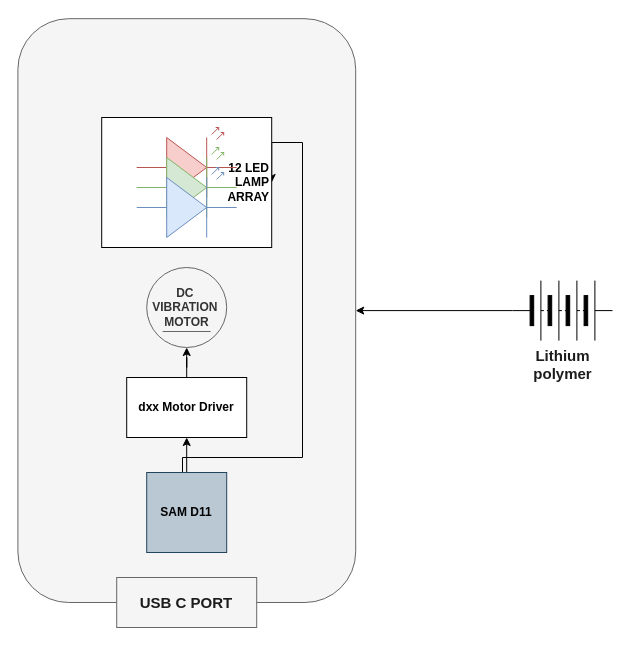
The draw.io diagram system_diagram_microneedle.drawio in jatanjay/microderm, before the edit. Source tidied: cells renumbered, new cells numbered last; positions are measured from the earlier drawing's top-left corner, leaving out a move shared by most shapes. Both pictures are drawn from the tidied source at 100%, with x=0, y=0 at pixel (-106, 117).
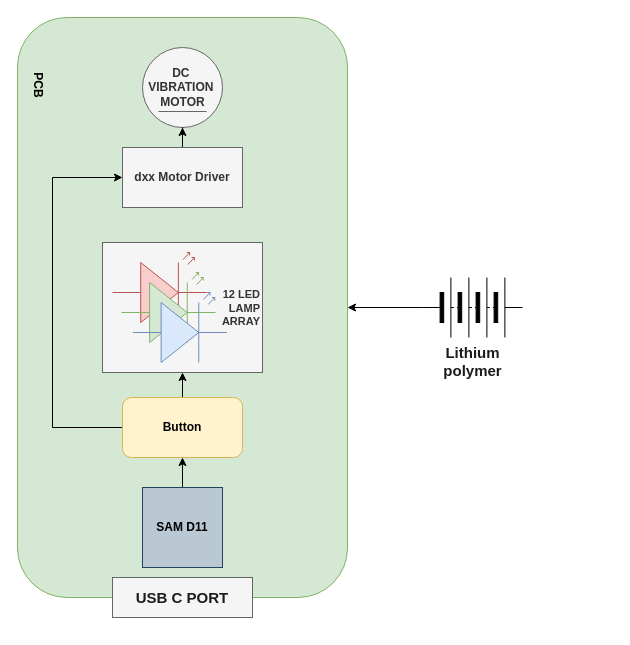
The same page after the edit.

The edit, as a diff of the source:
```diff
@@
-    <mxCell id="2" style="rounded=1;whiteSpace=wrap;html=1;rotation=90;fillColor=#f5f5f5;strokeColor=#666666;fontColor=#333333;" parent="1" vertex="1">
-      <mxGeometry x="0.4" y="24.2" width="583.8" height="337.8" as="geometry" />
+    <mxCell id="2" value="&lt;div&gt;&lt;br&gt;&lt;/div&gt;&lt;div&gt;&lt;br&gt;&lt;/div&gt;&lt;div&gt;&lt;br&gt;&lt;/div&gt;&lt;div&gt;&lt;br&gt;&lt;/div&gt;&lt;div&gt;&lt;br&gt;&lt;/div&gt;&lt;div&gt;&lt;br&gt;&lt;/div&gt;&lt;div&gt;&lt;br&gt;&lt;/div&gt;&lt;div&gt;&amp;nbsp;&lt;/div&gt;&lt;div&gt;&lt;br&gt;&lt;/div&gt;&lt;div&gt;&lt;br&gt;&lt;/div&gt;&lt;div&gt;&lt;br&gt;&lt;/div&gt;&lt;div&gt;&lt;br&gt;&lt;/div&gt;&lt;div&gt;&lt;br&gt;&lt;/div&gt;&lt;div&gt;&lt;br&gt;&lt;/div&gt;&lt;div&gt;&lt;br&gt;&lt;/div&gt;&lt;div&gt;&lt;br&gt;&lt;/div&gt;&lt;div&gt;&amp;nbsp; &amp;nbsp; &amp;nbsp; &amp;nbsp; &amp;nbsp; &amp;nbsp;&lt;/div&gt;&lt;div&gt;&lt;br&gt;&lt;/div&gt;&lt;div&gt;&lt;br&gt;&lt;/div&gt;&lt;div&gt;&lt;br&gt;&lt;/div&gt;&lt;div style=&quot;text-align: right;&quot;&gt;&amp;nbsp; &amp;nbsp; &amp;nbsp; &amp;nbsp; &amp;nbsp; &amp;nbsp; &amp;nbsp;&amp;nbsp;&lt;span style=&quot;white-space: pre;&quot;&gt;&#9;&lt;/span&gt;&lt;b&gt;PCB&lt;/b&gt;&lt;/div&gt;" style="rounded=1;whiteSpace=wrap;html=1;rotation=90;fillColor=#d5e8d4;strokeColor=#82b366;align=left;" parent="1" vertex="1">
+      <mxGeometry x="-2" y="25" width="580" height="330" as="geometry" />
     </mxCell>
     <mxCell id="3" value="&lt;div style=&quot;font-size: 12px;&quot;&gt;&lt;b&gt;DC&amp;nbsp;&lt;/b&gt;&lt;/div&gt;&lt;div style=&quot;font-size: 12px;&quot;&gt;&lt;b&gt;VIBRATION&amp;nbsp;&lt;/b&gt;&lt;/div&gt;&lt;div style=&quot;font-size: 12px;&quot;&gt;&lt;b&gt;MOTOR&lt;/b&gt;&lt;/div&gt;" style="dashed=0;outlineConnect=0;align=center;html=1;shape=mxgraph.pid.engines.electric_motor_(dc);fontSize=45;fillColor=#f5f5f5;fontColor=#333333;strokeColor=#666666;" parent="1" vertex="1">
-      <mxGeometry x="252.2" y="150" width="80" height="80" as="geometry" />
+      <mxGeometry x="248" y="-70" width="80" height="80" as="geometry" />
     </mxCell>
-    <mxCell id="4" style="edgeStyle=orthogonalEdgeStyle;rounded=0;jettySize=auto;html=1;entryX=0.5;entryY=1;entryDx=0;entryDy=0;entryPerimeter=0;" parent="1" edge="1" source="5" target="3">
+    <mxCell id="4" style="edgeStyle=orthogonalEdgeStyle;rounded=0;jettySize=auto;html=1;" parent="1" edge="1" source="5" target="3">
       <mxGeometry relative="1" as="geometry" />
     </mxCell>
-    <mxCell id="5" value="&lt;b&gt;dxx Motor Driver&lt;/b&gt;" style="rounded=0;whiteSpace=wrap;html=1;" parent="1" vertex="1">
-      <mxGeometry x="232.2" y="260" width="120" height="60" as="geometry" />
+    <mxCell id="5" value="&lt;b&gt;dxx Motor Driver&lt;/b&gt;" style="rounded=0;whiteSpace=wrap;html=1;fillColor=#f5f5f5;fontColor=#333333;strokeColor=#666666;" parent="1" vertex="1">
+      <mxGeometry x="228" y="30" width="120" height="60" as="geometry" />
     </mxCell>
-    <mxCell id="6" style="edgeStyle=orthogonalEdgeStyle;rounded=0;jettySize=auto;html=1;exitX=0.5;exitY=0;exitDx=0;exitDy=0;entryX=0.5;entryY=1;entryDx=0;entryDy=0;" parent="1" edge="1" source="8" target="5">
-      <mxGeometry relative="1" as="geometry" />
-    </mxCell>
-    <mxCell id="7" style="edgeStyle=orthogonalEdgeStyle;rounded=0;jettySize=auto;html=1;entryX=1;entryY=0.5;entryDx=0;entryDy=0;" parent="1" edge="1" source="8" target="13">
-      <mxGeometry relative="1" as="geometry">
-        <Array as="points">
-          <mxPoint x="288" y="340" />
-          <mxPoint x="408" y="340" />
-          <mxPoint x="408" y="25" />
-        </Array>
-      </mxGeometry>
-    </mxCell>
+    <mxCell id="19" style="edgeStyle=orthogonalEdgeStyle;rounded=0;jettySize=auto;html=1;" parent="1" edge="1" source="8" target="23">
+      <mxGeometry relative="1" as="geometry" />
+    </mxCell>
     <mxCell id="8" value="&lt;b&gt;SAM D11&lt;/b&gt;" style="whiteSpace=wrap;html=1;fillColor=#bac8d3;strokeColor=#23445d;" parent="1" vertex="1">
-      <mxGeometry x="252.2" y="355" width="80" height="80" as="geometry" />
+      <mxGeometry x="248" y="370" width="80" height="80" as="geometry" />
     </mxCell>
@@
     <mxCell id="10" value="&lt;span style=&quot;color: rgb(29, 28, 29); font-family: Slack-Lato, Slack-Fractions, appleLogo, sans-serif; font-size: 15px; font-variant-ligatures: common-ligatures; text-align: left; text-wrap: wrap; background-color: rgb(255, 255, 255);&quot;&gt;&lt;b&gt;Lithium polymer&lt;/b&gt;&lt;/span&gt;" style="verticalLabelPosition=bottom;shadow=0;dashed=0;align=center;html=1;verticalAlign=top;shape=mxgraph.electrical.miscellaneous.batteryStack;" parent="1" vertex="1">
-      <mxGeometry x="618" y="163.1" width="100" height="60" as="geometry" />
+      <mxGeometry x="528" y="160" width="100" height="60" as="geometry" />
     </mxCell>
     <mxCell id="11" value="&lt;font face=&quot;Slack-Lato, Slack-Fractions, appleLogo, sans-serif&quot; color=&quot;#1d1c1d&quot;&gt;&lt;span style=&quot;font-size: 15px; font-variant-ligatures: common-ligatures;&quot;&gt;&lt;b&gt;USB C PORT&lt;/b&gt;&lt;/span&gt;&lt;/font&gt;" style="rounded=0;whiteSpace=wrap;html=1;fillColor=#f5f5f5;fontColor=#333333;strokeColor=#666666;" parent="1" vertex="1">
-      <mxGeometry x="222.2" y="460" width="140" height="50" as="geometry" />
+      <mxGeometry x="218" y="460" width="140" height="40" as="geometry" />
     </mxCell>
-    <mxCell id="12" style="group;" parent="1" vertex="1">
-      <mxGeometry x="207.2" width="170" height="130" as="geometry" />
+    <mxCell id="12" style="group;fillColor=#f5f5f5;fontColor=#333333;strokeColor=#666666;" parent="1" vertex="1">
+      <mxGeometry x="208" y="125" width="160" height="130" as="geometry" />
     </mxCell>
-    <mxCell id="13" value="&lt;b&gt;12 LED&lt;/b&gt;&lt;div&gt;&lt;b&gt;LAMP&lt;/b&gt;&lt;/div&gt;&lt;div style=&quot;&quot;&gt;&lt;b&gt;ARRAY&lt;/b&gt;&lt;/div&gt;" style="rounded=0;whiteSpace=wrap;html=1;align=right;" parent="12" vertex="1">
-      <mxGeometry width="170" height="130" as="geometry" />
+    <mxCell id="13" value="&lt;b style=&quot;font-size: 11px;&quot;&gt;&lt;font style=&quot;font-size: 11px;&quot;&gt;12 LED&lt;/font&gt;&lt;/b&gt;&lt;div style=&quot;font-size: 11px;&quot;&gt;&lt;b&gt;&lt;font style=&quot;font-size: 11px;&quot;&gt;LAMP&lt;/font&gt;&lt;/b&gt;&lt;/div&gt;&lt;div style=&quot;font-size: 11px;&quot;&gt;&lt;b style=&quot;&quot;&gt;&lt;font style=&quot;font-size: 11px;&quot;&gt;ARRAY&lt;/font&gt;&lt;/b&gt;&lt;/div&gt;" style="rounded=0;whiteSpace=wrap;html=1;align=right;fillColor=#f5f5f5;fontColor=#333333;strokeColor=#666666;" parent="12" vertex="1">
+      <mxGeometry width="160" height="130" as="geometry" />
     </mxCell>
-    <mxCell id="14" style="group;" parent="12" vertex="1">
-      <mxGeometry x="25" y="10" width="120" height="110" as="geometry" />
-    </mxCell>
+    <mxCell id="20" style="group;" parent="12" vertex="1">
+      <mxGeometry x="10" y="10" width="114.5" height="110" as="geometry" />
+    </mxCell>
-    <mxCell id="15" style="verticalLabelPosition=bottom;shadow=0;dashed=0;align=center;html=1;verticalAlign=top;shape=mxgraph.electrical.opto_electronics.led_2;fillColor=#f8cecc;strokeColor=#b85450;" parent="14" vertex="1">
-      <mxGeometry x="10" width="100" height="70" as="geometry" />
+    <mxCell id="15" style="verticalLabelPosition=bottom;shadow=0;dashed=0;align=center;html=1;verticalAlign=top;shape=mxgraph.electrical.opto_electronics.led_2;fillColor=#f8cecc;strokeColor=#b85450;" parent="20" vertex="1">
+      <mxGeometry width="94.1" height="70" as="geometry" />
     </mxCell>
-    <mxCell id="16" style="group;" parent="14" vertex="1">
-      <mxGeometry x="5" y="20" width="110" height="90" as="geometry" />
-    </mxCell>
-    <mxCell id="17" style="verticalLabelPosition=bottom;shadow=0;dashed=0;align=center;html=1;verticalAlign=top;shape=mxgraph.electrical.opto_electronics.led_2;fillColor=#d5e8d4;strokeColor=#82b366;" parent="16" vertex="1">
-      <mxGeometry x="5" width="100" height="70" as="geometry" />
+    <mxCell id="17" style="verticalLabelPosition=bottom;shadow=0;dashed=0;align=center;html=1;verticalAlign=top;shape=mxgraph.electrical.opto_electronics.led_2;fillColor=#d5e8d4;strokeColor=#82b366;" parent="20" vertex="1">
+      <mxGeometry x="8.9" y="20" width="94.1" height="70" as="geometry" />
     </mxCell>
-    <mxCell id="18" style="verticalLabelPosition=bottom;shadow=0;dashed=0;align=center;html=1;verticalAlign=top;shape=mxgraph.electrical.opto_electronics.led_2;fillColor=#dae8fc;strokeColor=#6c8ebf;" parent="16" vertex="1">
-      <mxGeometry x="5" y="20" width="100" height="70" as="geometry" />
+    <mxCell id="18" style="verticalLabelPosition=bottom;shadow=0;dashed=0;align=center;html=1;verticalAlign=top;shape=mxgraph.electrical.opto_electronics.led_2;fillColor=#dae8fc;strokeColor=#6c8ebf;" parent="20" vertex="1">
+      <mxGeometry x="20.4" y="40" width="94.1" height="70" as="geometry" />
     </mxCell>
+    <mxCell id="21" style="edgeStyle=orthogonalEdgeStyle;rounded=0;jettySize=auto;html=1;entryX=0;entryY=0.5;entryDx=0;entryDy=0;" parent="1" edge="1" source="23" target="5">
+      <mxGeometry relative="1" as="geometry">
+        <Array as="points">
+          <mxPoint x="158" y="310" />
+          <mxPoint x="158" y="60" />
+        </Array>
+      </mxGeometry>
+    </mxCell>
+    <mxCell id="22" style="edgeStyle=orthogonalEdgeStyle;rounded=0;jettySize=auto;html=1;entryX=0.5;entryY=1;entryDx=0;entryDy=0;" parent="1" edge="1" source="23" target="13">
+      <mxGeometry relative="1" as="geometry" />
+    </mxCell>
+    <mxCell id="23" value="&lt;b&gt;Button&lt;/b&gt;" style="rounded=1;whiteSpace=wrap;html=1;fillColor=#fff2cc;strokeColor=#d6b656;" parent="1" vertex="1">
+      <mxGeometry x="228" y="280" width="120" height="60" as="geometry" />
+    </mxCell>
```
